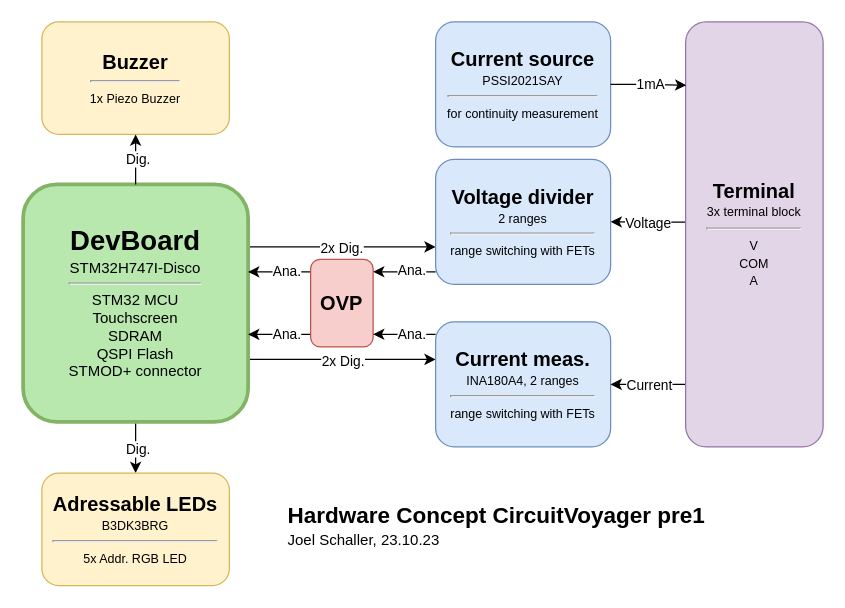
Before: 2_Documentation/1_Main/HW_Concept/Hardware_Concept_CircuitVoyager_pre1.drawio in Jowllel/CircuitVoyager_pre1, a draw.io diagram. Source tidied: cells renumbered, new cells numbered last; positions are measured from the earlier drawing's top-left corner, leaving out a move shared by most shapes. Both pictures are drawn from the tidied source at 125%, with x=0, y=0 at pixel (22, 21).
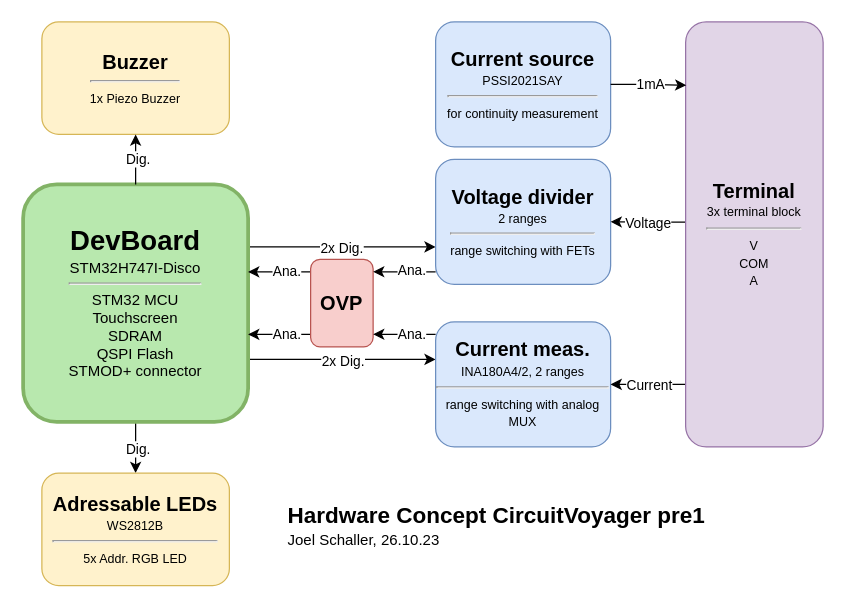
Above is the later version.

Commit message (it also covers changes not shown here):
Documentation: HWConcept: updated LED type and Current range switching

Change to the diagram source:
```diff
@@
-    <mxCell id="15" value="&lt;font style=&quot;&quot;&gt;&lt;span style=&quot;font-size: 16px;&quot;&gt;&lt;b&gt;Adressable LEDs&lt;br&gt;&lt;/b&gt;&lt;/span&gt;&lt;font style=&quot;font-size: 10px;&quot;&gt;B3DK3BRG&lt;/font&gt;&lt;br&gt;&lt;hr style=&quot;font-size: 10px;&quot;&gt;&lt;span style=&quot;font-size: 10px;&quot;&gt;5x Addr. RGB LED&lt;/span&gt;&lt;br&gt;&lt;/font&gt;" style="rounded=1;whiteSpace=wrap;html=1;fillColor=#fff2cc;strokeColor=#d6b656;" parent="1" vertex="1">
+    <mxCell id="15" value="&lt;font style=&quot;&quot;&gt;&lt;span style=&quot;font-size: 16px;&quot;&gt;&lt;b&gt;Adressable LEDs&lt;br&gt;&lt;/b&gt;&lt;/span&gt;&lt;font style=&quot;font-size: 10px;&quot;&gt;WS2812B&lt;/font&gt;&lt;br&gt;&lt;hr style=&quot;font-size: 10px;&quot;&gt;&lt;span style=&quot;font-size: 10px;&quot;&gt;5x Addr. RGB LED&lt;/span&gt;&lt;br&gt;&lt;/font&gt;" style="rounded=1;whiteSpace=wrap;html=1;fillColor=#fff2cc;strokeColor=#d6b656;" parent="1" vertex="1">
       <mxGeometry x="15" y="361" width="150" height="90" as="geometry" />
     </mxCell>
@@
-    <mxCell id="17" value="&lt;font style=&quot;font-size: 12px;&quot;&gt;Joel Schaller, 23.10.23&lt;/font&gt;" style="text;html=1;strokeColor=none;fillColor=none;align=left;verticalAlign=middle;whiteSpace=wrap;rounded=0;" parent="1" vertex="1">
+    <mxCell id="17" value="&lt;font style=&quot;font-size: 12px;&quot;&gt;Joel Schaller, 26.10.23&lt;/font&gt;" style="text;html=1;strokeColor=none;fillColor=none;align=left;verticalAlign=middle;whiteSpace=wrap;rounded=0;" parent="1" vertex="1">
       <mxGeometry x="210" y="405" width="430" height="20" as="geometry" />
     </mxCell>
@@
-    <mxCell id="25" value="&lt;span style=&quot;font-size: 16px;&quot;&gt;&lt;b&gt;Current meas.&lt;/b&gt;&lt;/span&gt;&lt;br style=&quot;font-size: 11px;&quot;&gt;&lt;font style=&quot;font-size: 10px;&quot;&gt;INA180A4, 2 ranges&lt;span style=&quot;font-size: 10px;&quot;&gt;&lt;br&gt;&lt;/span&gt;&lt;hr&gt;range switching with FETs&lt;br&gt;&lt;/font&gt;" style="rounded=1;whiteSpace=wrap;html=1;fillColor=#dae8fc;strokeColor=#6c8ebf;" parent="1" vertex="1">
+    <mxCell id="25" value="&lt;span style=&quot;font-size: 16px;&quot;&gt;&lt;b&gt;Current meas.&lt;/b&gt;&lt;/span&gt;&lt;br style=&quot;font-size: 11px;&quot;&gt;&lt;font style=&quot;font-size: 10px;&quot;&gt;INA180A4/2, 2 ranges&lt;span style=&quot;font-size: 10px;&quot;&gt;&lt;br&gt;&lt;/span&gt;&lt;hr&gt;range switching with analog MUX&lt;br&gt;&lt;/font&gt;" style="rounded=1;whiteSpace=wrap;html=1;fillColor=#dae8fc;strokeColor=#6c8ebf;" parent="1" vertex="1">
       <mxGeometry x="330" y="240" width="140" height="100" as="geometry" />
     </mxCell>
```
